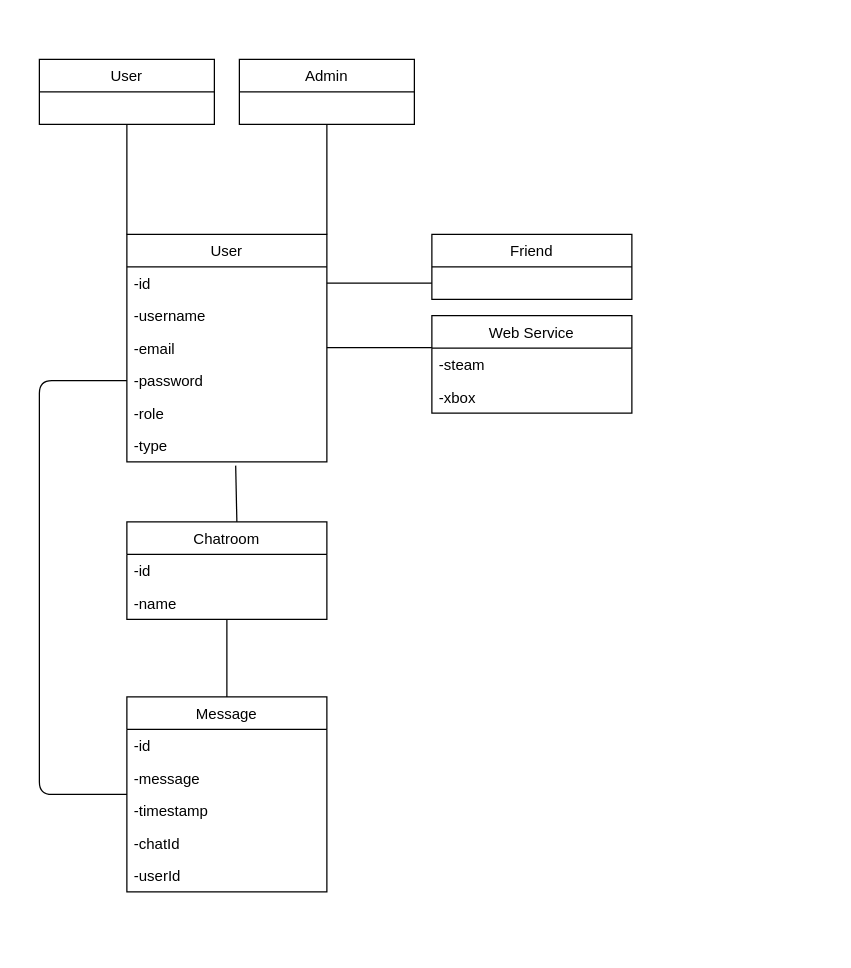
Before: FlowFireHub.drawio in nickkisbye/dat18a-hop, a draw.io diagram. Source tidied: cells renumbered, new cells numbered last; positions are measured from the earlier drawing's top-left corner, leaving out a move shared by most shapes. Both pictures are drawn from the tidied source at 125%, with x=0, y=0 at pixel (39, 59).
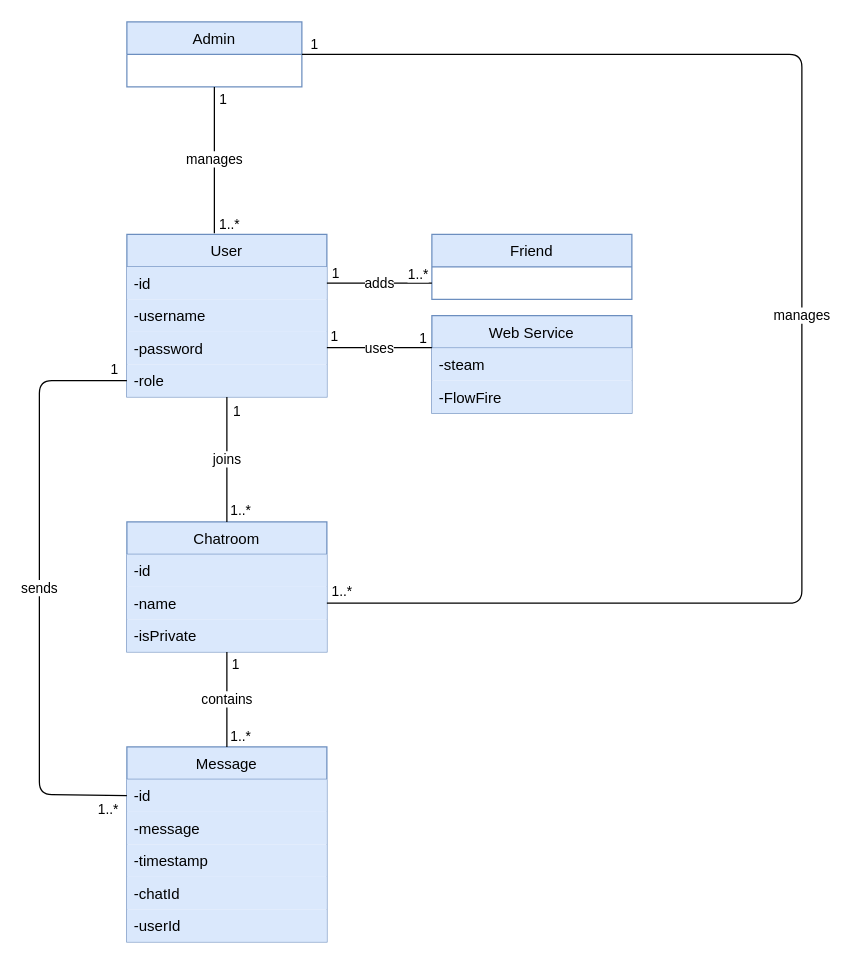
Above is the later version.

Diff of the diagram source:
```diff
@@
-    <mxCell id="2" value="User" style="swimlane;fontStyle=0;horizontal=1;startSize=26;fillColor=none;" parent="1" vertex="1">
-      <mxGeometry x="70" y="140" width="160" height="182" as="geometry" />
+    <mxCell id="2" value="User" style="swimlane;fontStyle=0;horizontal=1;startSize=26;fillColor=#dae8fc;strokeColor=#6c8ebf;" parent="1" vertex="1">
+      <mxGeometry x="70" y="140" width="160" height="130" as="geometry" />
     </mxCell>
-    <mxCell id="3" value="-id" style="text;strokeColor=none;fillColor=none;align=left;verticalAlign=top;spacingLeft=4;spacingRight=4;overflow=hidden;points=[[0,0.5],[1,0.5]];portConstraint=eastwest;" parent="2" vertex="1">
+    <mxCell id="3" value="-id" style="text;fillColor=#dae8fc;align=left;verticalAlign=top;spacingLeft=4;spacingRight=4;overflow=hidden;points=[[0,0.5],[1,0.5]];portConstraint=eastwest;" parent="2" vertex="1">
       <mxGeometry y="26" width="160" height="26" as="geometry" />
     </mxCell>
-    <mxCell id="4" value="-username" style="text;strokeColor=none;fillColor=none;align=left;verticalAlign=top;spacingLeft=4;spacingRight=4;overflow=hidden;" parent="2" vertex="1">
+    <mxCell id="4" value="-username" style="text;fillColor=#dae8fc;align=left;verticalAlign=top;spacingLeft=4;spacingRight=4;overflow=hidden;" parent="2" vertex="1">
       <mxGeometry y="52" width="160" height="26" as="geometry" />
     </mxCell>
-    <mxCell id="5" value="-email" style="text;strokeColor=none;fillColor=none;align=left;verticalAlign=top;spacingLeft=4;spacingRight=4;overflow=hidden;" parent="2" vertex="1">
-      <mxGeometry y="78" width="160" height="26" as="geometry" />
-    </mxCell>
-    <mxCell id="6" value="-password" style="text;strokeColor=none;fillColor=none;align=left;verticalAlign=top;spacingLeft=4;spacingRight=4;overflow=hidden;points=[[0,0.5],[1,0.5]];portConstraint=eastwest;" parent="2" vertex="1">
-      <mxGeometry y="104" width="160" height="26" as="geometry" />
+    <mxCell id="6" value="-password" style="text;fillColor=#dae8fc;align=left;verticalAlign=top;spacingLeft=4;spacingRight=4;overflow=hidden;points=[[0,0.5],[1,0.5]];portConstraint=eastwest;" parent="2" vertex="1">
+      <mxGeometry y="78" width="160" height="26" as="geometry" />
     </mxCell>
-    <mxCell id="7" value="-role" style="text;strokeColor=none;fillColor=none;align=left;verticalAlign=top;spacingLeft=4;spacingRight=4;overflow=hidden;points=[[0,0.5],[1,0.5]];portConstraint=eastwest;" parent="2" vertex="1">
-      <mxGeometry y="130" width="160" height="26" as="geometry" />
+    <mxCell id="7" value="-role" style="text;fillColor=#dae8fc;align=left;verticalAlign=top;spacingLeft=4;spacingRight=4;overflow=hidden;points=[[0,0.5],[1,0.5]];portConstraint=eastwest;" parent="2" vertex="1">
+      <mxGeometry y="104" width="160" height="26" as="geometry" />
     </mxCell>
-    <mxCell id="8" value="-type" style="text;strokeColor=none;fillColor=none;align=left;verticalAlign=top;spacingLeft=4;spacingRight=4;overflow=hidden;points=[[0,0.5],[1,0.5]];portConstraint=eastwest;" parent="2" vertex="1">
-      <mxGeometry y="156" width="160" height="26" as="geometry" />
-    </mxCell>
-    <mxCell id="9" value="Admin" style="swimlane;fontStyle=0;horizontal=1;startSize=26;fillColor=none;" parent="1" vertex="1">
-      <mxGeometry x="160" width="140" height="52" as="geometry" />
+    <mxCell id="9" value="Admin" style="swimlane;fontStyle=0;horizontal=1;startSize=26;fillColor=#dae8fc;glass=0;shadow=0;rounded=0;sketch=0;swimlaneFillColor=none;labelBackgroundColor=none;strokeColor=#6c8ebf;" parent="1" vertex="1">
+      <mxGeometry x="70" y="-30" width="140" height="52" as="geometry" />
     </mxCell>
-    <mxCell id="10" value="User" style="swimlane;fontStyle=0;horizontal=1;startSize=26;fillColor=none;" parent="1" vertex="1">
-      <mxGeometry width="140" height="52" as="geometry" />
-    </mxCell>
-    <mxCell id="11" style="endArrow=none;html=1;entryX=0.5;entryY=1;entryDx=0;entryDy=0;exitX=1;exitY=0;exitDx=0;exitDy=0;" parent="1" edge="1" source="2" target="9">
-      <mxGeometry relative="1" as="geometry" />
+    <mxCell id="11" value="manages" style="endArrow=none;html=1;entryX=0.5;entryY=1;entryDx=0;entryDy=0;" parent="1" edge="1" target="9">
+      <mxGeometry relative="1" as="geometry">
+        <mxPoint x="140" y="139" as="sourcePoint" />
+      </mxGeometry>
     </mxCell>
-    <mxCell id="12" style="endArrow=none;html=1;exitX=0;exitY=0;exitDx=0;exitDy=0;entryX=0.5;entryY=1;entryDx=0;entryDy=0;" parent="1" edge="1" source="2" target="10">
-      <mxGeometry relative="1" as="geometry" />
-    </mxCell>
+    <mxCell id="31" value="1" style="edgeLabel;html=1;align=center;verticalAlign=middle;" parent="11" vertex="1">
+      <mxGeometry x="0.79" y="-3" relative="1" as="geometry">
+        <mxPoint x="3" y="-3" as="offset" />
+      </mxGeometry>
+    </mxCell>
-    <mxCell id="13" value="Friend" style="swimlane;fontStyle=0;horizontal=1;startSize=26;fillColor=none;" parent="1" vertex="1">
+    <mxCell id="13" value="Friend" style="swimlane;fontStyle=0;horizontal=1;startSize=26;fillColor=#dae8fc;strokeColor=#6c8ebf;" parent="1" vertex="1">
       <mxGeometry x="314" y="140" width="160" height="52" as="geometry" />
     </mxCell>
-    <mxCell id="14" style="endArrow=none;html=1;entryX=0;entryY=0.75;entryDx=0;entryDy=0;exitX=1;exitY=0.5;exitDx=0;exitDy=0;" parent="1" edge="1" source="3" target="13">
-      <mxGeometry relative="1" as="geometry" />
+    <mxCell id="14" value="adds" style="endArrow=none;html=1;entryX=0;entryY=0.75;entryDx=0;entryDy=0;exitX=1;exitY=0.5;exitDx=0;exitDy=0;" parent="1" edge="1" source="3" target="13">
+      <mxGeometry relative="1" as="geometry">
+        <Array as="points">
+          <mxPoint x="270" y="179" />
+        </Array>
+      </mxGeometry>
     </mxCell>
+    <mxCell id="32" value="1" style="edgeLabel;html=1;align=center;verticalAlign=middle;" parent="14" vertex="1">
+      <mxGeometry x="-0.64" y="1" relative="1" as="geometry">
+        <mxPoint x="-9" y="-8" as="offset" />
+      </mxGeometry>
+    </mxCell>
-    <mxCell id="15" value="Chatroom" style="swimlane;fontStyle=0;horizontal=1;startSize=26;fillColor=none;" parent="1" vertex="1">
-      <mxGeometry x="70" y="370" width="160" height="78" as="geometry" />
+    <mxCell id="15" value="Chatroom" style="swimlane;fontStyle=0;horizontal=1;startSize=26;fillColor=#dae8fc;strokeColor=#6c8ebf;" parent="1" vertex="1">
+      <mxGeometry x="70" y="370" width="160" height="104" as="geometry" />
     </mxCell>
-    <mxCell id="16" value="-id" style="text;strokeColor=none;fillColor=none;align=left;verticalAlign=top;spacingLeft=4;spacingRight=4;overflow=hidden;" parent="15" vertex="1">
+    <mxCell id="16" value="-id" style="text;fillColor=#dae8fc;align=left;verticalAlign=top;spacingLeft=4;spacingRight=4;overflow=hidden;" parent="15" vertex="1">
       <mxGeometry y="26" width="160" height="26" as="geometry" />
     </mxCell>
-    <mxCell id="17" value="-name" style="text;strokeColor=none;fillColor=none;align=left;verticalAlign=top;spacingLeft=4;spacingRight=4;overflow=hidden;points=[[0,0.5],[1,0.5]];portConstraint=eastwest;" parent="15" vertex="1">
+    <mxCell id="17" value="-name" style="text;fillColor=#dae8fc;align=left;verticalAlign=top;spacingLeft=4;spacingRight=4;overflow=hidden;points=[[0,0.5],[1,0.5]];portConstraint=eastwest;" parent="15" vertex="1">
       <mxGeometry y="52" width="160" height="26" as="geometry" />
     </mxCell>
+    <mxCell id="33" value="-isPrivate" style="text;fillColor=#dae8fc;align=left;verticalAlign=top;spacingLeft=4;spacingRight=4;overflow=hidden;" parent="15" vertex="1">
+      <mxGeometry y="78" width="160" height="26" as="geometry" />
+    </mxCell>
-    <mxCell id="18" style="endArrow=none;html=1;entryX=0.55;entryY=0;entryDx=0;entryDy=0;exitX=0.544;exitY=1.115;exitDx=0;exitDy=0;exitPerimeter=0;entryPerimeter=0;" parent="1" edge="1" source="8" target="15">
+    <mxCell id="18" value="joins" style="endArrow=none;html=1;entryX=0.5;entryY=0;entryDx=0;entryDy=0;exitX=0.5;exitY=1;exitDx=0;exitDy=0;exitPerimeter=0;" parent="1" edge="1" source="7" target="15">
       <mxGeometry relative="1" as="geometry" />
     </mxCell>
+    <mxCell id="34" value="1" style="edgeLabel;html=1;align=center;verticalAlign=middle;" parent="18" vertex="1">
+      <mxGeometry x="-0.47" y="-3" relative="1" as="geometry">
+        <mxPoint x="10" y="-16" as="offset" />
+      </mxGeometry>
+    </mxCell>
-    <mxCell id="19" value="Message" style="swimlane;fontStyle=0;horizontal=1;startSize=26;fillColor=none;" parent="1" vertex="1">
-      <mxGeometry x="70" y="510" width="160" height="156" as="geometry" />
+    <mxCell id="19" value="Message" style="swimlane;fontStyle=0;horizontal=1;startSize=26;fillColor=#dae8fc;strokeColor=#6c8ebf;" parent="1" vertex="1">
+      <mxGeometry x="70" y="550" width="160" height="156" as="geometry" />
     </mxCell>
-    <mxCell id="20" value="-id" style="text;strokeColor=none;fillColor=none;align=left;verticalAlign=top;spacingLeft=4;spacingRight=4;overflow=hidden;points=[[0,0.5],[1,0.5]];portConstraint=eastwest;" parent="19" vertex="1">
+    <mxCell id="20" value="-id" style="text;fillColor=#dae8fc;align=left;verticalAlign=top;spacingLeft=4;spacingRight=4;overflow=hidden;points=[[0,0.5],[1,0.5]];portConstraint=eastwest;" parent="19" vertex="1">
       <mxGeometry y="26" width="160" height="26" as="geometry" />
     </mxCell>
-    <mxCell id="21" value="-message" style="text;strokeColor=none;fillColor=none;align=left;verticalAlign=top;spacingLeft=4;spacingRight=4;overflow=hidden;" parent="19" vertex="1">
+    <mxCell id="21" value="-message" style="text;fillColor=#dae8fc;align=left;verticalAlign=top;spacingLeft=4;spacingRight=4;overflow=hidden;" parent="19" vertex="1">
       <mxGeometry y="52" width="160" height="26" as="geometry" />
     </mxCell>
-    <mxCell id="22" value="-timestamp" style="text;strokeColor=none;fillColor=none;align=left;verticalAlign=top;spacingLeft=4;spacingRight=4;overflow=hidden;" parent="19" vertex="1">
+    <mxCell id="22" value="-timestamp" style="text;fillColor=#dae8fc;align=left;verticalAlign=top;spacingLeft=4;spacingRight=4;overflow=hidden;" parent="19" vertex="1">
       <mxGeometry y="78" width="160" height="26" as="geometry" />
     </mxCell>
-    <mxCell id="23" value="-chatId" style="text;strokeColor=none;fillColor=none;align=left;verticalAlign=top;spacingLeft=4;spacingRight=4;overflow=hidden;" parent="19" vertex="1">
+    <mxCell id="23" value="-chatId" style="text;fillColor=#dae8fc;align=left;verticalAlign=top;spacingLeft=4;spacingRight=4;overflow=hidden;" parent="19" vertex="1">
       <mxGeometry y="104" width="160" height="26" as="geometry" />
     </mxCell>
-    <mxCell id="24" value="-userId" style="text;strokeColor=none;fillColor=none;align=left;verticalAlign=top;spacingLeft=4;spacingRight=4;overflow=hidden;" parent="19" vertex="1">
+    <mxCell id="24" value="-userId" style="text;fillColor=#dae8fc;align=left;verticalAlign=top;spacingLeft=4;spacingRight=4;overflow=hidden;" parent="19" vertex="1">
       <mxGeometry y="130" width="160" height="26" as="geometry" />
     </mxCell>
-    <mxCell id="25" style="endArrow=none;html=1;entryX=0.5;entryY=1;entryDx=0;entryDy=0;exitX=0.5;exitY=0;exitDx=0;exitDy=0;" parent="1" edge="1" source="19" target="15">
+    <mxCell id="25" value="contains" style="endArrow=none;html=1;entryX=0.5;entryY=1;entryDx=0;entryDy=0;exitX=0.5;exitY=0;exitDx=0;exitDy=0;" parent="1" edge="1" source="19" target="15">
       <mxGeometry relative="1" as="geometry" />
     </mxCell>
+    <mxCell id="35" value="1" style="edgeLabel;html=1;align=center;verticalAlign=middle;" parent="25" vertex="1">
+      <mxGeometry x="0.71" y="-3" relative="1" as="geometry">
+        <mxPoint x="3" y="-2" as="offset" />
+      </mxGeometry>
+    </mxCell>
-    <mxCell id="26" style="endArrow=none;html=1;exitX=0;exitY=0.5;exitDx=0;exitDy=0;entryX=0;entryY=0.5;entryDx=0;entryDy=0;" parent="1" edge="1" source="6" target="19">
+    <mxCell id="26" value="sends" style="endArrow=none;html=1;exitX=0;exitY=0.5;exitDx=0;exitDy=0;entryX=0;entryY=0.5;entryDx=0;entryDy=0;" parent="1" edge="1" source="7" target="20">
       <mxGeometry relative="1" as="geometry">
         <Array as="points">
           <mxPoint y="257" />
           <mxPoint y="588" />
         </Array>
       </mxGeometry>
     </mxCell>
+    <mxCell id="36" value="1" style="edgeLabel;html=1;align=center;verticalAlign=middle;" parent="26" vertex="1">
+      <mxGeometry x="-0.94" y="1" relative="1" as="geometry">
+        <mxPoint x="3" y="-11" as="offset" />
+      </mxGeometry>
+    </mxCell>
+    <mxCell id="37" value="1..*" style="edgeLabel;html=1;align=center;verticalAlign=middle;" parent="26" vertex="1">
+      <mxGeometry x="0.89" y="-2" relative="1" as="geometry">
+        <mxPoint x="11" y="8.4" as="offset" />
+      </mxGeometry>
+    </mxCell>
-    <mxCell id="27" value="Web Service" style="swimlane;fontStyle=0;horizontal=1;startSize=26;fillColor=none;" parent="1" vertex="1">
+    <mxCell id="27" value="Web Service" style="swimlane;fontStyle=0;horizontal=1;startSize=26;fillColor=#dae8fc;strokeColor=#6c8ebf;" parent="1" vertex="1">
       <mxGeometry x="314" y="205" width="160" height="78" as="geometry" />
     </mxCell>
-    <mxCell id="28" value="-steam" style="text;strokeColor=none;fillColor=none;align=left;verticalAlign=top;spacingLeft=4;spacingRight=4;overflow=hidden;" parent="27" vertex="1">
+    <mxCell id="28" value="-steam" style="text;fillColor=#dae8fc;align=left;verticalAlign=top;spacingLeft=4;spacingRight=4;overflow=hidden;" parent="27" vertex="1">
       <mxGeometry y="26" width="160" height="26" as="geometry" />
     </mxCell>
-    <mxCell id="29" value="-xbox" style="text;strokeColor=none;fillColor=none;align=left;verticalAlign=top;spacingLeft=4;spacingRight=4;overflow=hidden;" parent="27" vertex="1">
+    <mxCell id="29" value="-FlowFire" style="text;fillColor=#dae8fc;align=left;verticalAlign=top;spacingLeft=4;spacingRight=4;overflow=hidden;" parent="27" vertex="1">
       <mxGeometry y="52" width="160" height="26" as="geometry" />
     </mxCell>
-    <mxCell id="30" style="endArrow=none;html=1;entryX=0;entryY=0.75;entryDx=0;entryDy=0;exitX=1;exitY=0.5;exitDx=0;exitDy=0;" parent="1" edge="1">
+    <mxCell id="30" value="uses" style="endArrow=none;html=1;entryX=0;entryY=0.75;entryDx=0;entryDy=0;exitX=1;exitY=0.5;exitDx=0;exitDy=0;" parent="1" edge="1">
       <mxGeometry relative="1" as="geometry">
         <mxPoint x="230" y="230.5" as="sourcePoint" />
         <mxPoint x="314" y="230.5" as="targetPoint" />
       </mxGeometry>
     </mxCell>
+    <mxCell id="38" value="1" style="edgeLabel;html=1;align=center;verticalAlign=middle;" parent="30" vertex="1">
+      <mxGeometry x="-0.74" y="-1" relative="1" as="geometry">
+        <mxPoint x="-6" y="-10.5" as="offset" />
+      </mxGeometry>
+    </mxCell>
+    <mxCell id="39" value="1..*" style="edgeLabel;html=1;align=center;verticalAlign=middle;" parent="1" vertex="1">
+      <mxGeometry x="248" y="184" as="geometry">
+        <mxPoint x="54" y="-13" as="offset" />
+      </mxGeometry>
+    </mxCell>
+    <mxCell id="40" value="1" style="edgeLabel;html=1;align=center;verticalAlign=middle;" parent="1" vertex="1">
+      <mxGeometry x="247" y="225" as="geometry">
+        <mxPoint x="59" y="-3" as="offset" />
+      </mxGeometry>
+    </mxCell>
+    <mxCell id="41" value="1..*" style="edgeLabel;html=1;align=center;verticalAlign=middle;" parent="1" vertex="1">
+      <mxGeometry x="158" y="302" as="geometry">
+        <mxPoint x="2" y="58" as="offset" />
+      </mxGeometry>
+    </mxCell>
+    <mxCell id="42" value="1..*" style="edgeLabel;html=1;align=center;verticalAlign=middle;" parent="1" vertex="1">
+      <mxGeometry x="170" y="493" as="geometry">
+        <mxPoint x="-10" y="48" as="offset" />
+      </mxGeometry>
+    </mxCell>
+    <mxCell id="43" value="1..*" style="edgeLabel;html=1;align=center;verticalAlign=middle;" parent="1" vertex="1">
+      <mxGeometry x="156" y="41" as="geometry">
+        <mxPoint x="-5" y="90" as="offset" />
+      </mxGeometry>
+    </mxCell>
+    <mxCell id="44" value="manages" style="endArrow=none;html=1;exitX=1;exitY=0.5;exitDx=0;exitDy=0;" parent="1" edge="1" source="17">
+      <mxGeometry relative="1" as="geometry">
+        <mxPoint x="210" y="-4" as="targetPoint" />
+        <Array as="points">
+          <mxPoint x="610" y="435" />
+          <mxPoint x="610" y="-4" />
+        </Array>
+      </mxGeometry>
+    </mxCell>
+    <mxCell id="45" value="1" style="edgeLabel;html=1;align=center;verticalAlign=middle;" parent="44" vertex="1">
+      <mxGeometry x="0.79" y="-3" relative="1" as="geometry">
+        <mxPoint x="-119" y="-6" as="offset" />
+      </mxGeometry>
+    </mxCell>
+    <mxCell id="46" value="1..*" style="edgeLabel;html=1;align=center;verticalAlign=middle;" parent="44" vertex="1">
+      <mxGeometry x="-0.97" relative="1" as="geometry">
+        <mxPoint x="-7" y="-10" as="offset" />
+      </mxGeometry>
+    </mxCell>
```
